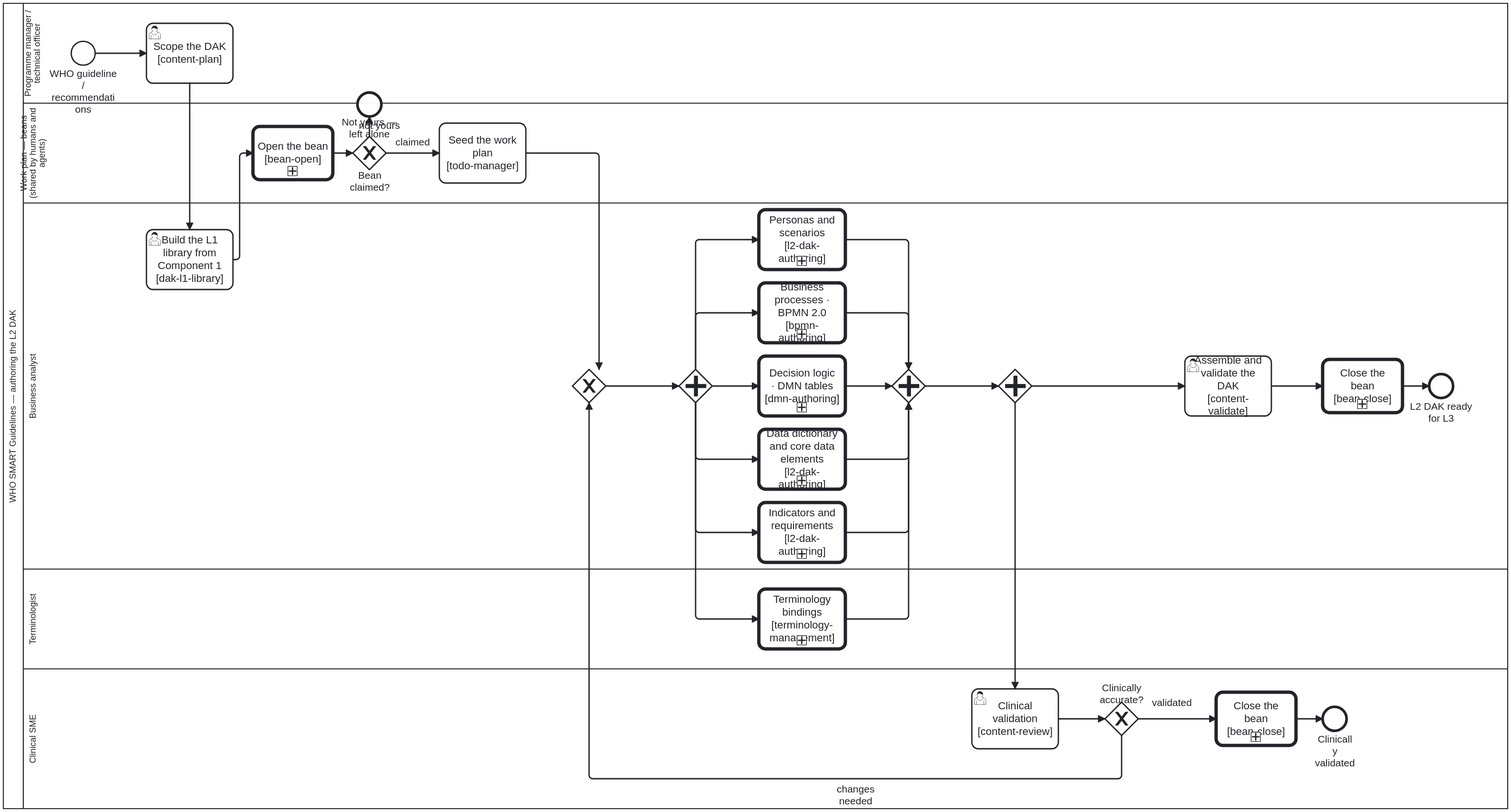
litlfred/smart-base keeps this BPMN diagram as smart-base/processes/content/l2-dak-authoring.svg. Above is the earlier version. Its source is kept beside it as smart-base/processes/content/l2-dak-authoring.bpmn. Ids are renumbered.
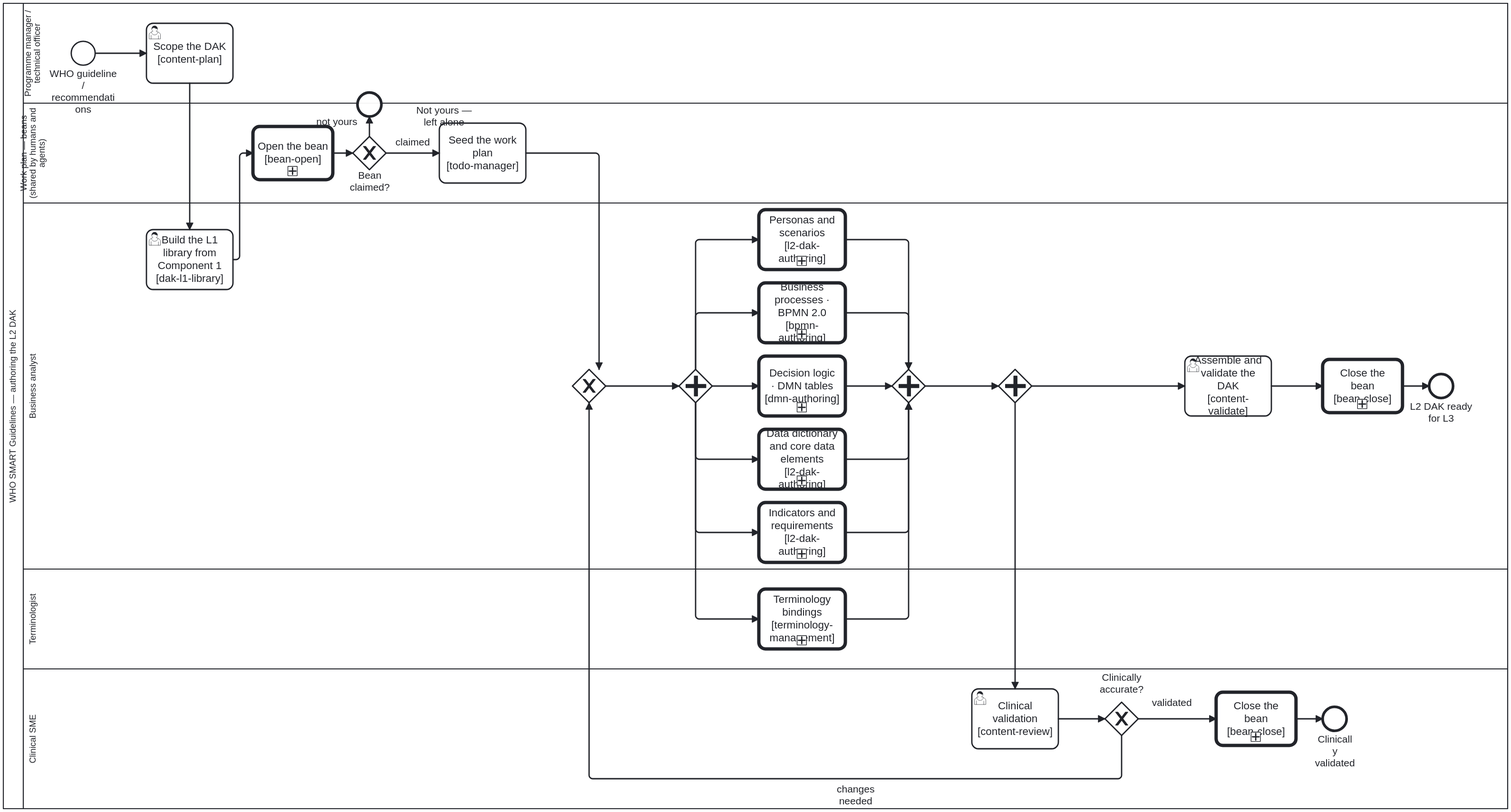
After the commit.

What changed in the source:
```diff
@@ -359,9 +359,7 @@
       </bpmndi:BPMNShape>
       <bpmndi:BPMNShape id="Gateway_Accurate_di" bpmnElement="Gateway_Accurate" isMarkerVisible="true">
         <dc:Bounds x="1815" y="1130" width="50" height="50" />
-        <bpmndi:BPMNLabel>
-          <dc:Bounds x="1780" y="1100" width="120" height="20" />
-        </bpmndi:BPMNLabel>
+        <bpmndi:BPMNLabel><dc:Bounds x="1780" y="1083.5" width="120" height="35" /></bpmndi:BPMNLabel>
       </bpmndi:BPMNShape>
       <bpmndi:BPMNShape id="Task_AssembleDak_di" bpmnElement="Task_AssembleDak">
         <dc:Bounds x="1935" y="610" width="130" height="90" />
@@ -480,9 +478,13 @@
       <bpmndi:BPMNShape id="Call_BeanOpen_di" bpmnElement="Call_BeanOpen"><dc:Bounds x="535" y="265" width="120" height="80"/></bpmndi:BPMNShape>
       <bpmndi:BPMNEdge id="SF_Bean_1_di" bpmnElement="SF_Bean_1"><di:waypoint x="735" y="305"/><di:waypoint x="815" y="305"/></bpmndi:BPMNEdge>
       <bpmndi:BPMNShape id="GW_BeanYours_di" bpmnElement="GW_BeanYours" isMarkerVisible="true"><dc:Bounds x="685" y="280" width="50" height="50"/></bpmndi:BPMNShape>
-      <bpmndi:BPMNShape id="End_BeanNotYours_di" bpmnElement="End_BeanNotYours"><dc:Bounds x="692" y="214" width="36" height="36"/></bpmndi:BPMNShape>
+      <bpmndi:BPMNShape id="End_BeanNotYours_di" bpmnElement="End_BeanNotYours"><dc:Bounds x="692" y="214" width="36" height="36"/>
+        <bpmndi:BPMNLabel><dc:Bounds x="732" y="232" width="180" height="18" /></bpmndi:BPMNLabel>
+      </bpmndi:BPMNShape>
       <bpmndi:BPMNEdge id="SF_Bean_2_di" bpmnElement="SF_Bean_2"><di:waypoint x="655" y="305"/><di:waypoint x="685" y="305"/></bpmndi:BPMNEdge>
-      <bpmndi:BPMNEdge id="SF_Bean_3_di" bpmnElement="SF_Bean_3"><di:waypoint x="710" y="280"/><di:waypoint x="710" y="250"/></bpmndi:BPMNEdge>
+      <bpmndi:BPMNEdge id="SF_Bean_3_di" bpmnElement="SF_Bean_3"><di:waypoint x="710" y="280"/><di:waypoint x="710" y="250"/>
+        <bpmndi:BPMNLabel><dc:Bounds x="616" y="248.5" width="90" height="18" /></bpmndi:BPMNLabel>
+      </bpmndi:BPMNEdge>
       <bpmndi:BPMNShape id="Call_BeanClose_di" bpmnElement="Call_BeanClose"><dc:Bounds x="2142" y="615" width="120" height="80"/></bpmndi:BPMNShape>
       <bpmndi:BPMNEdge id="SF_Bean_4_di" bpmnElement="SF_Bean_4"><di:waypoint x="2262" y="655"/><di:waypoint x="2302" y="655"/></bpmndi:BPMNEdge>
       <bpmndi:BPMNShape id="Call_BeanClose_2_di" bpmnElement="Call_BeanClose_2"><dc:Bounds x="1982" y="1115" width="120" height="80"/></bpmndi:BPMNShape>
```
